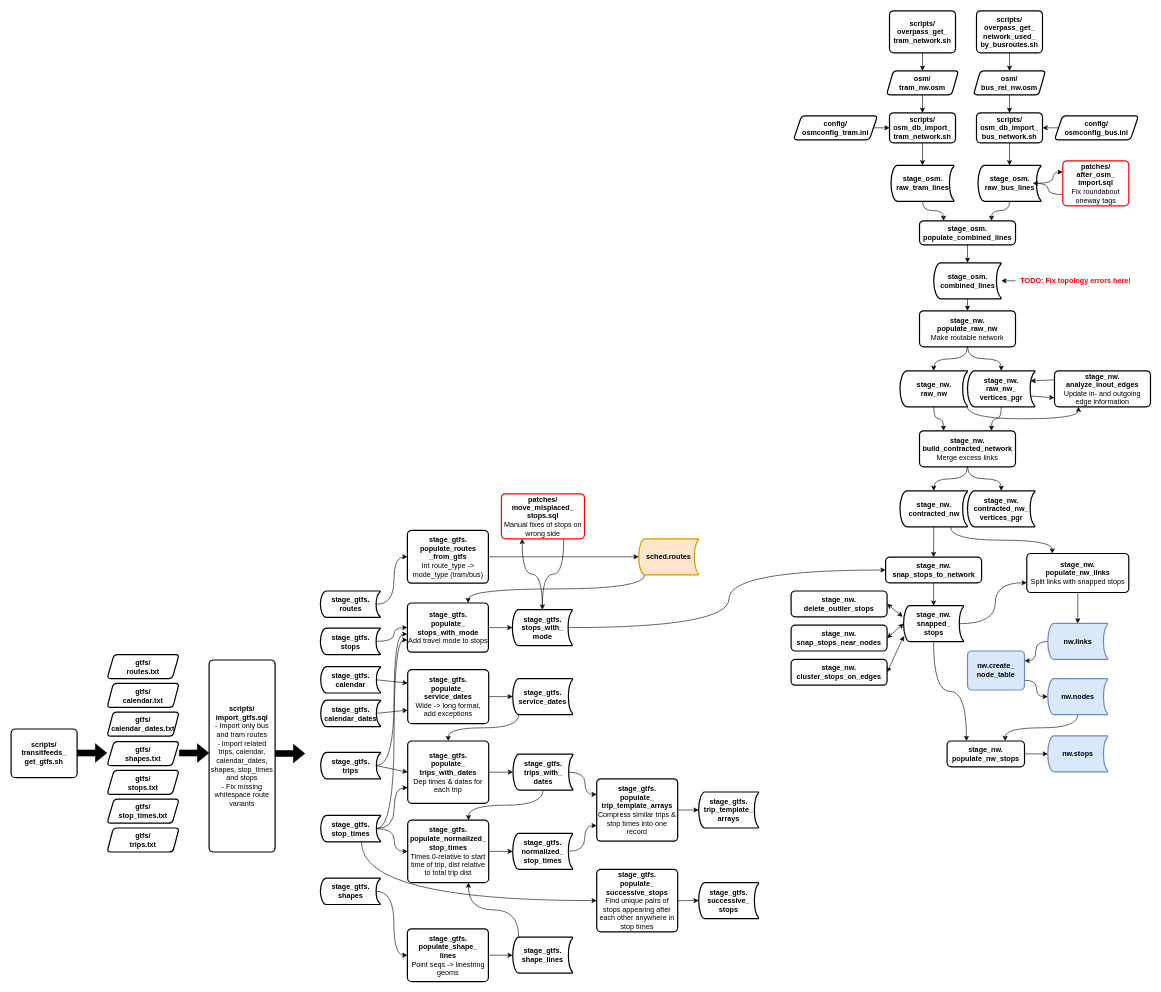
Above: page "data flow" (5 of 5) of docs/sujuikoDB.drawio in datarttu/sujuikoDB (draw.io), before the change. Source tidied: cells renumbered, new cells numbered last; positions are measured from the earlier drawing's top-left corner, leaving out a move shared by most shapes. Both pictures are drawn from the tidied source at 60%, with x=0, y=0 at pixel (11, 10).
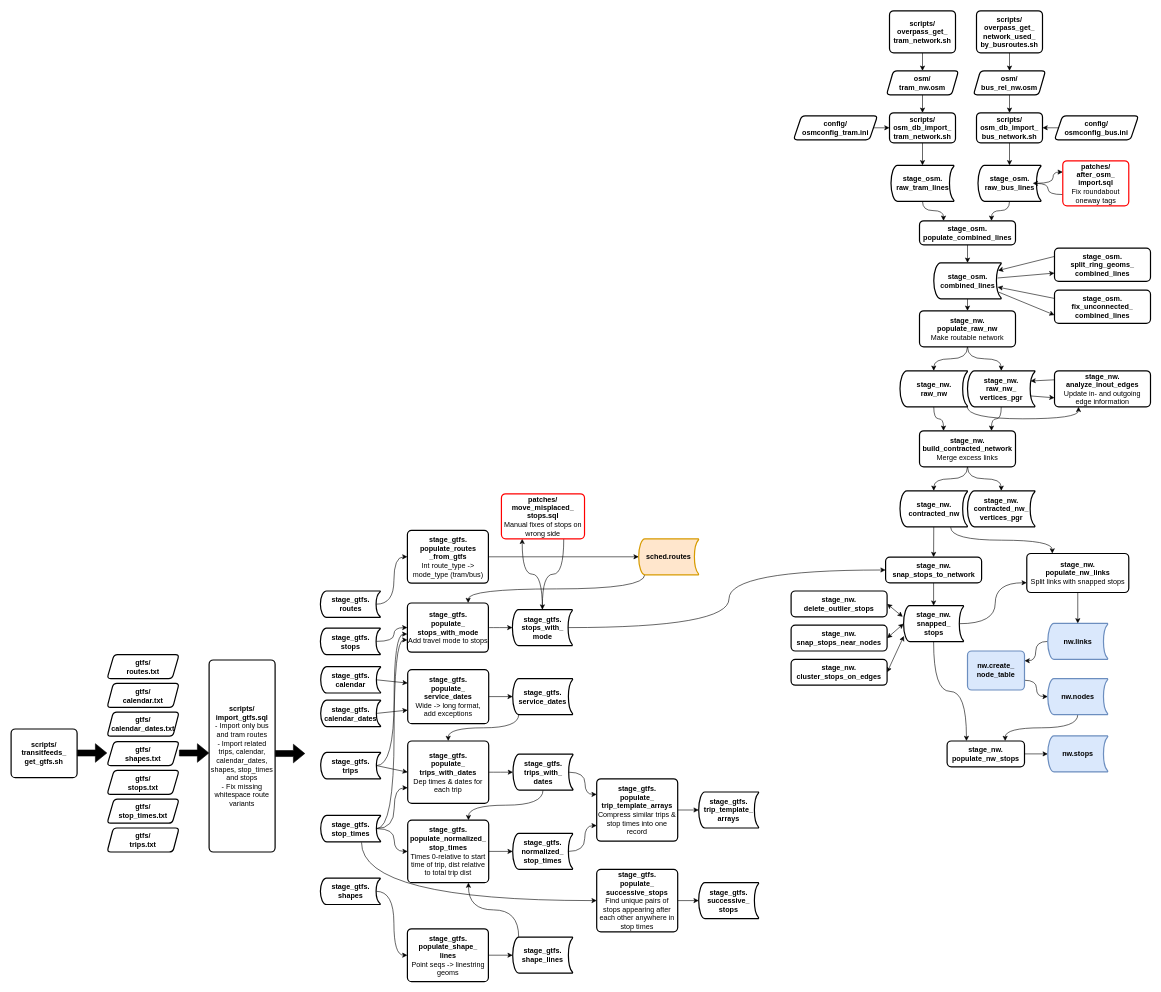
Above is the later version.

Commit message (it also covers changes not shown here):
Add function for splitting ring geometries

The change refers to these unchanged cells:
```xml
<mxCell id="90" value="stage_osm.&lt;br&gt;combined_lines" style="strokeWidth=2;html=1;shape=mxgraph.flowchart.stored_data;whiteSpace=wrap;rounded=1;fillColor=#FFFFFF;fontStyle=1;" parent="1" vertex="1">
  <mxGeometry x="1537.8" y="420.5" width="112.5" height="60" as="geometry" />
</mxCell>
```

Change to the diagram source:
```diff
@@
+    <mxCell id="136" style="edgeStyle=none;rounded=0;jettySize=auto;html=1;exitX=0.959;exitY=0.812;exitDx=0;exitDy=0;exitPerimeter=0;entryX=0;entryY=0.75;entryDx=0;entryDy=0;" parent="1" edge="1" source="90" target="139">
+      <mxGeometry relative="1" as="geometry" />
+    </mxCell>
+    <mxCell id="137" style="edgeStyle=none;rounded=0;jettySize=auto;html=1;exitX=0.946;exitY=0.422;exitDx=0;exitDy=0;exitPerimeter=0;entryX=0;entryY=0.75;entryDx=0;entryDy=0;" parent="1" edge="1" source="90" target="141">
+      <mxGeometry relative="1" as="geometry" />
+    </mxCell>
@@
-    <mxCell id="100" style="edgeStyle=none;rounded=0;jettySize=auto;html=1;fillColor=#000000;fontColor=#FF0000;" parent="1" edge="1" source="101" target="90">
-      <mxGeometry relative="1" as="geometry" />
-    </mxCell>
-    <mxCell id="101" value="TODO: Fix topology errors here!" style="text;html=1;align=center;verticalAlign=middle;points=[];fontStyle=1;fontColor=#FF0000;" parent="1" vertex="1">
-      <mxGeometry x="1674" y="440.5" width="200" height="20" as="geometry" />
-    </mxCell>
@@
+    <mxCell id="138" style="rounded=0;jettySize=auto;html=1;exitX=0;exitY=0.25;exitDx=0;exitDy=0;entryX=0.946;entryY=0.674;entryDx=0;entryDy=0;entryPerimeter=0;" parent="1" edge="1" source="139" target="90">
+      <mxGeometry relative="1" as="geometry" />
+    </mxCell>
+    <mxCell id="139" value="&lt;b&gt;stage_osm.&lt;br&gt;fix_unconnected_&lt;br&gt;combined_lines&lt;br&gt;&lt;/b&gt;" style="rounded=1;whiteSpace=wrap;html=1;absoluteArcSize=1;arcSize=14;strokeWidth=2;" parent="1" vertex="1">
+      <mxGeometry x="1739" y="466" width="160" height="55.5" as="geometry" />
+    </mxCell>
+    <mxCell id="140" style="edgeStyle=none;rounded=0;jettySize=auto;html=1;exitX=0;exitY=0.25;exitDx=0;exitDy=0;entryX=0.952;entryY=0.215;entryDx=0;entryDy=0;entryPerimeter=0;" parent="1" edge="1" source="141" target="90">
+      <mxGeometry relative="1" as="geometry" />
+    </mxCell>
+    <mxCell id="141" value="&lt;b&gt;stage_osm.&lt;/b&gt;&lt;br&gt;&lt;b&gt;split_ring_geoms_&lt;br&gt;combined_lines&lt;/b&gt;" style="rounded=1;whiteSpace=wrap;html=1;absoluteArcSize=1;arcSize=14;strokeWidth=2;" parent="1" vertex="1">
+      <mxGeometry x="1739" y="396" width="160" height="55.5" as="geometry" />
+    </mxCell>
```
